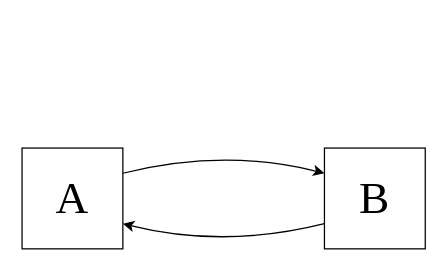
Shaun-Z/DrawioFigure keeps this draw.io diagram as FirstDraw.drawio. Above is the earlier version. Source tidied: cells renumbered, new cells numbered last; positions are measured from the earlier drawing's top-left corner, leaving out a move shared by most shapes. Both pictures are drawn from the tidied source at 126%, with x=0, y=0 at pixel (21, 147).
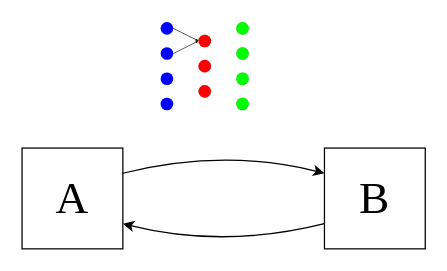
The same diagram, later.

What changed in the source:
```diff
@@
+    <mxCell id="6" style="ellipse;whiteSpace=wrap;html=1;fillColor=#0000ff;strokeColor=#0068d6;strokeWidth=0;" parent="1" vertex="1">
+      <mxGeometry x="110" y="-80" width="10" height="10" as="geometry" />
+    </mxCell>
+    <mxCell id="7" style="ellipse;whiteSpace=wrap;html=1;fillColor=#0000ff;strokeColor=#0068d6;strokeWidth=0;" parent="1" vertex="1">
+      <mxGeometry x="110" y="-60" width="10" height="10" as="geometry" />
+    </mxCell>
+    <mxCell id="8" style="ellipse;whiteSpace=wrap;html=1;fillColor=#0000ff;strokeColor=#0068d6;strokeWidth=0;" parent="1" vertex="1">
+      <mxGeometry x="110" y="-40" width="10" height="10" as="geometry" />
+    </mxCell>
+    <mxCell id="9" style="ellipse;whiteSpace=wrap;html=1;fillColor=#0000ff;strokeColor=#0068d6;strokeWidth=0;" parent="1" vertex="1">
+      <mxGeometry x="110" y="-100" width="10" height="10" as="geometry" />
+    </mxCell>
+    <mxCell id="10" style="ellipse;whiteSpace=wrap;html=1;strokeWidth=0;fillColor=#00ff00;" parent="1" vertex="1">
+      <mxGeometry x="170" y="-80" width="10" height="10" as="geometry" />
+    </mxCell>
+    <mxCell id="11" style="ellipse;whiteSpace=wrap;html=1;strokeWidth=0;fillColor=#00ff00;" parent="1" vertex="1">
+      <mxGeometry x="170" y="-60" width="10" height="10" as="geometry" />
+    </mxCell>
+    <mxCell id="12" style="ellipse;whiteSpace=wrap;html=1;strokeWidth=0;fillColor=#00ff00;" parent="1" vertex="1">
+      <mxGeometry x="170" y="-40" width="10" height="10" as="geometry" />
+    </mxCell>
+    <mxCell id="13" style="ellipse;whiteSpace=wrap;html=1;strokeWidth=0;fillColor=#00ff00;" parent="1" vertex="1">
+      <mxGeometry x="170" y="-100" width="10" height="10" as="geometry" />
+    </mxCell>
+    <mxCell id="14" style="ellipse;whiteSpace=wrap;html=1;strokeWidth=0;fillColor=#ff0000;" parent="1" vertex="1">
+      <mxGeometry x="140" y="-90" width="10" height="10" as="geometry" />
+    </mxCell>
+    <mxCell id="15" style="ellipse;whiteSpace=wrap;html=1;strokeWidth=0;fillColor=#ff0000;" parent="1" vertex="1">
+      <mxGeometry x="140" y="-70" width="10" height="10" as="geometry" />
+    </mxCell>
+    <mxCell id="16" style="ellipse;whiteSpace=wrap;html=1;strokeWidth=0;fillColor=#ff0000;" parent="1" vertex="1">
+      <mxGeometry x="140" y="-50" width="10" height="10" as="geometry" />
+    </mxCell>
+    <mxCell id="17" style="endArrow=classic;html=1;rounded=0;exitX=1;exitY=0.5;exitDx=0;exitDy=0;entryX=0;entryY=0.5;entryDx=0;entryDy=0;strokeWidth=0.5;endSize=1;" parent="1" edge="1" source="9" target="14">
+      <mxGeometry relative="1" as="geometry" />
+    </mxCell>
+    <mxCell id="18" style="endArrow=classic;html=1;rounded=0;exitX=1;exitY=0.5;exitDx=0;exitDy=0;entryX=0;entryY=0.5;entryDx=0;entryDy=0;strokeWidth=0.5;endSize=1;" parent="1" edge="1" source="6" target="14">
+      <mxGeometry relative="1" as="geometry">
+        <Array as="points">
+          <mxPoint x="130" y="-80" />
+        </Array>
+      </mxGeometry>
+    </mxCell>
```
